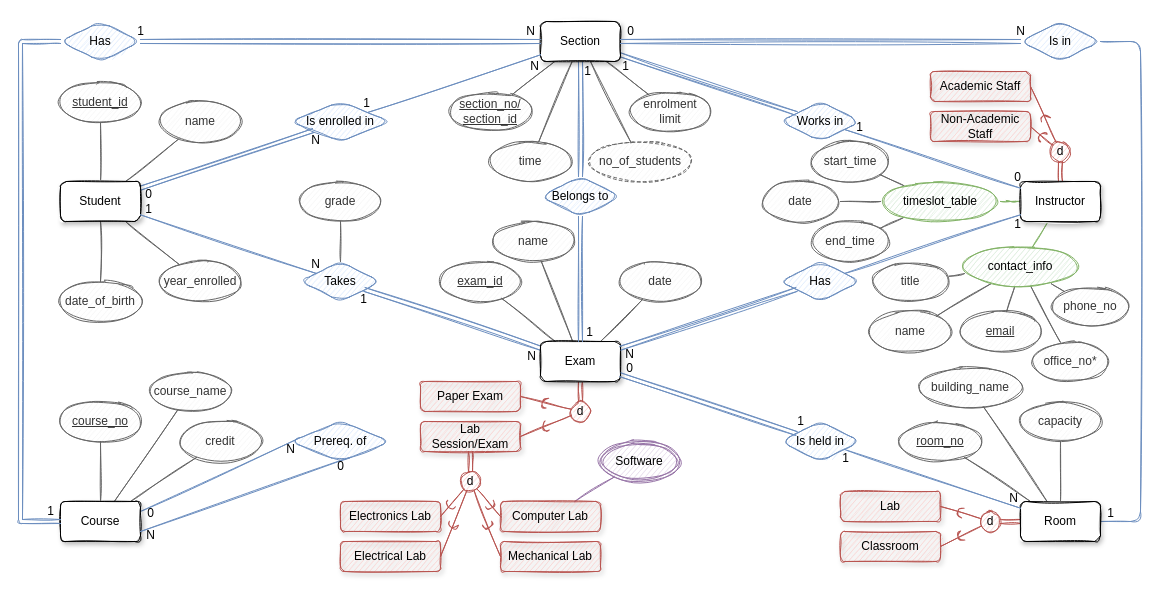
JordanWelsman/BU_DataManagement keeps this draw.io diagram as page "Problem 1 (Participation)" (2 of 5) of Assignment/Data Management Assignment Drawings.drawio. Above is the earlier version. Source tidied: cells renumbered, new cells numbered last; positions are measured from the earlier drawing's top-left corner, leaving out a move shared by most shapes. Both pictures are drawn from the tidied source at 100%, with x=0, y=0 at pixel (20, 21).
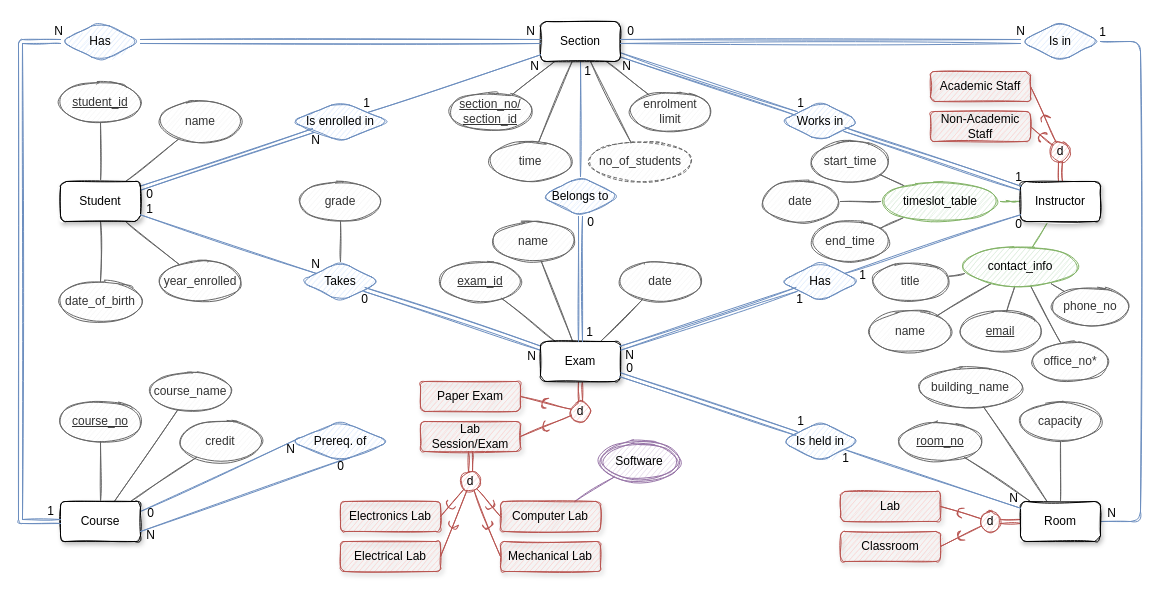
The same page after the edit.

The change refers to these unchanged cells:
```xml
<mxCell id="6" value="Instructor" style="whiteSpace=wrap;html=1;align=center;shadow=1;sketch=1;rounded=1;" parent="1" vertex="1">
  <mxGeometry x="1000" y="160" width="80" height="40" as="geometry" />
</mxCell>
<mxCell id="26" value="Section" style="whiteSpace=wrap;html=1;align=center;shadow=1;sketch=1;rounded=1;" parent="1" vertex="1">
  <mxGeometry x="520" width="80" height="40" as="geometry" />
</mxCell>
<mxCell id="57" value="Works in" style="shape=rhombus;perimeter=rhombusPerimeter;whiteSpace=wrap;html=1;align=center;shadow=0;fillColor=#dae8fc;strokeColor=#6c8ebf;sketch=1;rounded=1;" parent="1" vertex="1">
  <mxGeometry x="760" y="80" width="80" height="40" as="geometry" />
</mxCell>
<mxCell id="68" value="Belongs to" style="shape=rhombus;perimeter=rhombusPerimeter;whiteSpace=wrap;html=1;align=center;shadow=0;fillColor=#dae8fc;strokeColor=#6c8ebf;sketch=1;rounded=1;" parent="1" vertex="1">
  <mxGeometry x="520" y="155" width="80" height="40" as="geometry" />
</mxCell>
```

What changed in the source:
```diff
@@
-    <mxCell id="14" style="edgeStyle=orthogonalEdgeStyle;jettySize=auto;html=1;endArrow=none;endFill=0;strokeColor=#6c8ebf;fillColor=#dae8fc;startArrow=none;shape=link;sketch=1;" parent="1" edge="1" source="68" target="26">
+    <mxCell id="14" style="edgeStyle=orthogonalEdgeStyle;jettySize=auto;html=1;endArrow=none;endFill=0;strokeColor=#6c8ebf;fillColor=#dae8fc;startArrow=none;sketch=1;" parent="1" edge="1" source="68" target="26">
       <mxGeometry relative="1" as="geometry" />
     </mxCell>
@@
-    <mxCell id="58" style="jettySize=auto;html=1;endArrow=none;endFill=0;strokeColor=#6c8ebf;fillColor=#dae8fc;sketch=1;" parent="1" edge="1" source="6" target="57">
+    <mxCell id="58" style="jettySize=auto;html=1;endArrow=none;endFill=0;strokeColor=#6c8ebf;fillColor=#dae8fc;sketch=1;shape=link;" parent="1" edge="1" source="6" target="57">
       <mxGeometry relative="1" as="geometry" />
     </mxCell>
@@
-    <mxCell id="135" value="1" style="text;html=1;align=center;verticalAlign=middle;strokeColor=none;fillColor=none;fontFamily=Helvetica;sketch=1;rounded=1;" parent="1" vertex="1">
-      <mxGeometry x="110" width="20" height="20" as="geometry" />
+    <mxCell id="135" value="N" style="text;html=1;align=center;verticalAlign=middle;strokeColor=none;fillColor=none;fontFamily=Helvetica;sketch=1;rounded=1;" parent="1" vertex="1">
+      <mxGeometry x="28" y="1" width="19" height="18" as="geometry" />
     </mxCell>
@@
     <mxCell id="139" value="1" style="text;html=1;align=center;verticalAlign=middle;strokeColor=none;fillColor=none;fontFamily=Helvetica;sketch=1;rounded=1;" parent="1" vertex="1">
-      <mxGeometry x="1080" y="482" width="20" height="20" as="geometry" />
+      <mxGeometry x="1072" y="1" width="20" height="20" as="geometry" />
     </mxCell>
@@
-    <mxCell id="144" value="N" style="text;html=1;align=center;verticalAlign=middle;strokeColor=none;fillColor=none;fontFamily=Helvetica;sketch=1;rounded=1;" parent="1" vertex="1">
-      <mxGeometry x="599" y="323" width="20" height="20" as="geometry" />
+    <mxCell id="144" value="1" style="text;html=1;align=center;verticalAlign=middle;strokeColor=none;fillColor=none;fontFamily=Helvetica;sketch=1;rounded=1;" parent="1" vertex="1">
+      <mxGeometry x="770" y="269" width="17" height="18" as="geometry" />
     </mxCell>
-    <mxCell id="145" value="1" style="text;html=1;align=center;verticalAlign=middle;strokeColor=none;fillColor=none;fontFamily=Helvetica;sketch=1;rounded=1;" parent="1" vertex="1">
-      <mxGeometry x="987" y="193" width="20" height="20" as="geometry" />
+    <mxCell id="145" value="0" style="text;html=1;align=center;verticalAlign=middle;strokeColor=none;fillColor=none;fontFamily=Helvetica;sketch=1;rounded=1;" parent="1" vertex="1">
+      <mxGeometry x="989" y="194" width="17" height="18" as="geometry" />
     </mxCell>
-    <mxCell id="146" value="0" style="text;html=1;align=center;verticalAlign=middle;strokeColor=none;fillColor=none;fontFamily=Helvetica;sketch=1;rounded=1;" parent="1" vertex="1">
-      <mxGeometry x="987" y="146" width="20" height="20" as="geometry" />
+    <mxCell id="146" value="1" style="text;html=1;align=center;verticalAlign=middle;strokeColor=none;fillColor=none;fontFamily=Helvetica;sketch=1;rounded=1;" parent="1" vertex="1">
+      <mxGeometry x="989" y="147" width="17" height="18" as="geometry" />
     </mxCell>
-    <mxCell id="147" value="1" style="text;html=1;align=center;verticalAlign=middle;strokeColor=none;fillColor=none;fontFamily=Helvetica;sketch=1;rounded=1;" parent="1" vertex="1">
-      <mxGeometry x="829" y="96" width="20" height="20" as="geometry" />
-    </mxCell>
     <mxCell id="148" value="1" style="text;html=1;align=center;verticalAlign=middle;strokeColor=none;fillColor=none;fontFamily=Helvetica;sketch=1;rounded=1;" parent="1" vertex="1">
-      <mxGeometry x="595" y="35" width="20" height="20" as="geometry" />
+      <mxGeometry x="770" y="72" width="20" height="20" as="geometry" />
     </mxCell>
@@
     <mxCell id="151" value="0" style="text;html=1;align=center;verticalAlign=middle;strokeColor=none;fillColor=none;fontFamily=Helvetica;sketch=1;rounded=1;" parent="1" vertex="1">
-      <mxGeometry x="118" y="163" width="20" height="20" as="geometry" />
+      <mxGeometry x="120" y="164" width="17" height="18" as="geometry" />
     </mxCell>
@@
     <mxCell id="155" value="1" style="text;html=1;align=center;verticalAlign=middle;strokeColor=none;fillColor=none;fontFamily=Helvetica;sketch=1;rounded=1;" parent="1" vertex="1">
-      <mxGeometry x="118" y="178" width="20" height="20" as="geometry" />
+      <mxGeometry x="120" y="179" width="17" height="18" as="geometry" />
     </mxCell>
@@
-    <mxCell id="157" value="1" style="text;html=1;align=center;verticalAlign=middle;strokeColor=none;fillColor=none;fontFamily=Helvetica;sketch=1;rounded=1;" parent="1" vertex="1">
-      <mxGeometry x="333" y="268" width="20" height="20" as="geometry" />
+    <mxCell id="157" value="0" style="text;html=1;align=center;verticalAlign=middle;strokeColor=none;fillColor=none;fontFamily=Helvetica;sketch=1;rounded=1;" parent="1" vertex="1">
+      <mxGeometry x="335" y="269" width="17" height="18" as="geometry" />
     </mxCell>
@@
+    <mxCell id="160" value="0" style="text;html=1;align=center;verticalAlign=middle;strokeColor=none;fillColor=none;" parent="1" vertex="1">
+      <mxGeometry x="561" y="192" width="17" height="18" as="geometry" />
+    </mxCell>
+    <mxCell id="161" value="N" style="text;html=1;align=center;verticalAlign=middle;strokeColor=none;fillColor=none;" parent="1" vertex="1">
+      <mxGeometry x="596" y="36" width="19" height="18" as="geometry" />
+    </mxCell>
+    <mxCell id="162" value="N" style="text;html=1;align=center;verticalAlign=middle;strokeColor=none;fillColor=none;fontFamily=Helvetica;sketch=1;rounded=1;" parent="1" vertex="1">
+      <mxGeometry x="1081" y="483" width="19" height="18" as="geometry" />
+    </mxCell>
+    <mxCell id="147" value="1" style="text;html=1;align=center;verticalAlign=middle;strokeColor=none;fillColor=none;" parent="1" vertex="1">
+      <mxGeometry x="833" y="245" width="17" height="18" as="geometry" />
+    </mxCell>
+    <mxCell id="163" value="N" style="text;html=1;align=center;verticalAlign=middle;strokeColor=none;fillColor=none;" parent="1" vertex="1">
+      <mxGeometry x="599" y="325" width="19" height="18" as="geometry" />
+    </mxCell>
```
